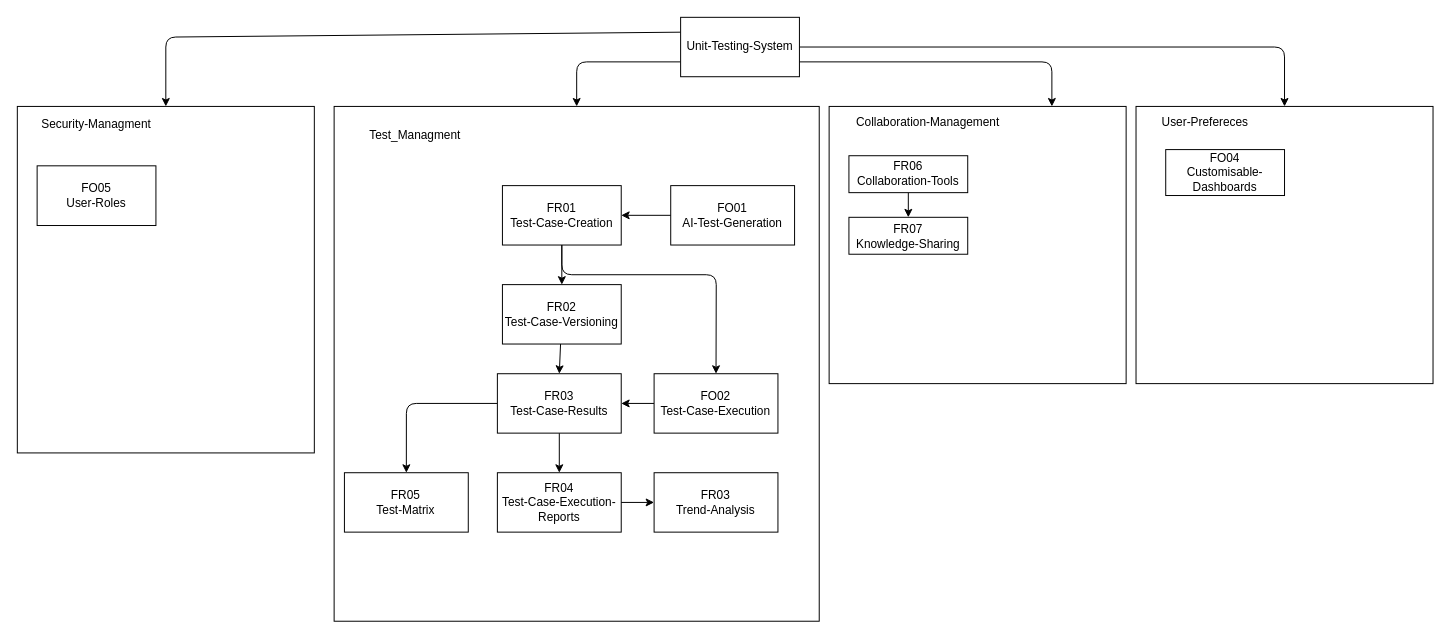
This is documentation/designs/structure/top-down.drawio from katawart/unit-testing-system, a draw.io file, before an edit. Source tidied: cells renumbered, new cells numbered last; positions are measured from the earlier drawing's top-left corner, leaving out a move shared by most shapes. Both pictures are drawn from the tidied source at 99%, with x=0, y=0 at pixel (17, 17).
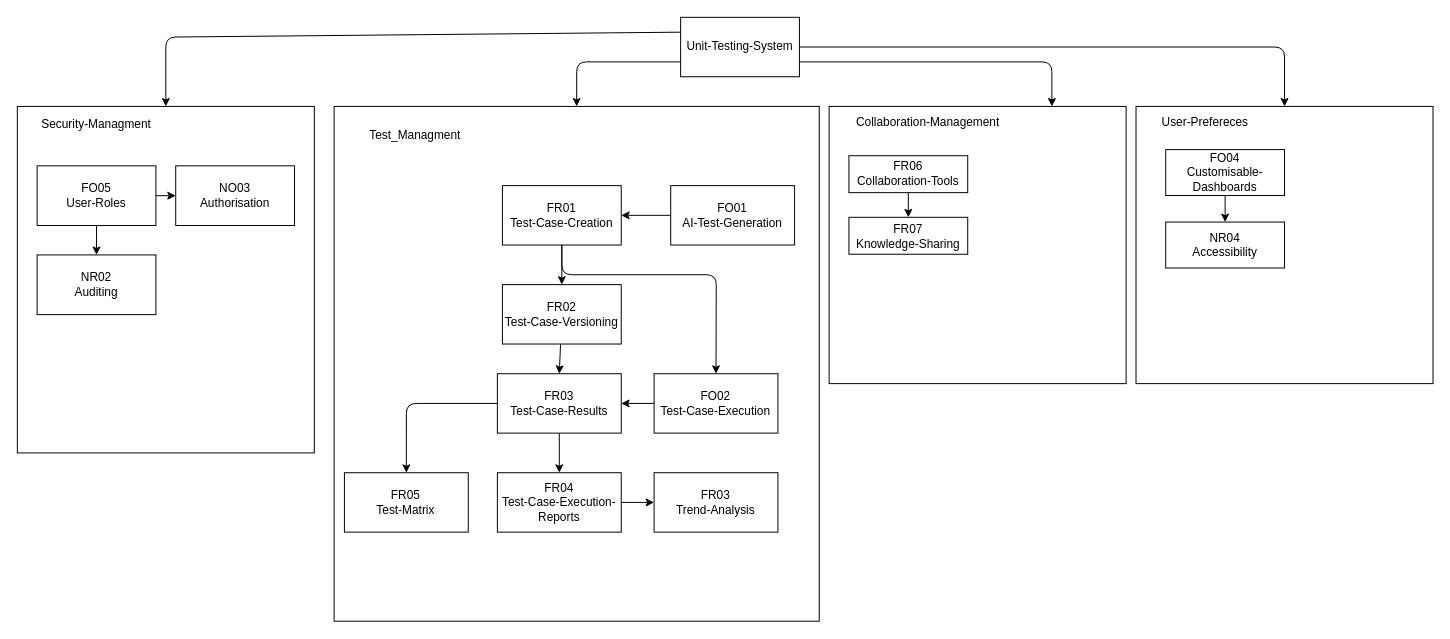
Above is the later version.

The change refers to these unchanged cells:
```xml
<mxCell id="2" style="group;" parent="1" vertex="1">
  <mxGeometry y="90" width="300" height="350" as="geometry" />
</mxCell>
<mxCell id="5" value="FO05&lt;br&gt;User-Roles" style="rounded=0;whiteSpace=wrap;html=1;" parent="2" vertex="1">
  <mxGeometry x="20" y="60" width="120" height="60.3" as="geometry" />
</mxCell>
<mxCell id="35" style="group;" parent="1" vertex="1">
  <mxGeometry x="1130" y="90" width="300" height="280" as="geometry" />
</mxCell>
<mxCell id="38" value="FO04&lt;br&gt;Customisable-Dashboards" style="rounded=0;whiteSpace=wrap;html=1;" parent="35" vertex="1">
  <mxGeometry x="30" y="43.6" width="120" height="46.4" as="geometry" />
</mxCell>
```

Change to the diagram source:
```diff
@@
+    <mxCell id="40" value="NR02&lt;br&gt;Auditing" style="rounded=0;whiteSpace=wrap;html=1;" parent="2" vertex="1">
+      <mxGeometry x="20" y="150" width="120" height="60.3" as="geometry" />
+    </mxCell>
+    <mxCell id="41" style="edgeStyle=none;html=1;" parent="2" edge="1" source="5" target="40">
+      <mxGeometry relative="1" as="geometry" />
+    </mxCell>
+    <mxCell id="42" value="NO03&lt;br&gt;Authorisation" style="rounded=0;whiteSpace=wrap;html=1;" parent="2" vertex="1">
+      <mxGeometry x="160" y="60" width="120" height="60.3" as="geometry" />
+    </mxCell>
+    <mxCell id="43" style="edgeStyle=none;html=1;" parent="2" edge="1" source="5" target="42">
+      <mxGeometry relative="1" as="geometry" />
+    </mxCell>
@@
+    <mxCell id="44" value="NR04&lt;br&gt;Accessibility" style="rounded=0;whiteSpace=wrap;html=1;" parent="35" vertex="1">
+      <mxGeometry x="30" y="116.8" width="120" height="46.4" as="geometry" />
+    </mxCell>
+    <mxCell id="45" style="edgeStyle=none;html=1;" parent="35" edge="1" source="38" target="44">
+      <mxGeometry relative="1" as="geometry" />
+    </mxCell>
```
